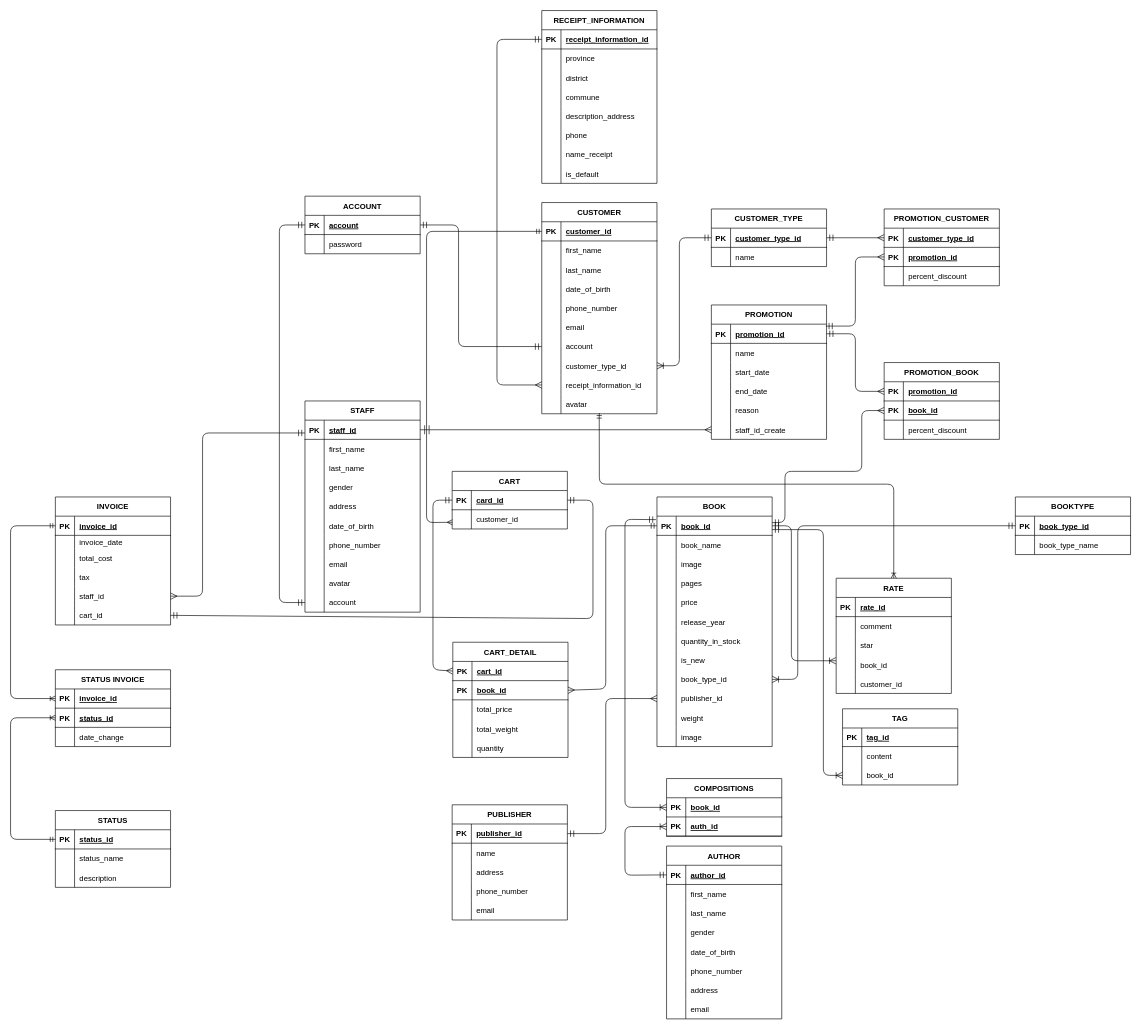
powdevlin12/Sell_Book_Online_BE_NestJS keeps this draw.io diagram as design/database.drawio. Above is the earlier version. Source tidied: cells renumbered, new cells numbered last; positions are measured from the earlier drawing's top-left corner, leaving out a move shared by most shapes. Both pictures are drawn from the tidied source at 64%, with x=0, y=0 at pixel (10, 10).
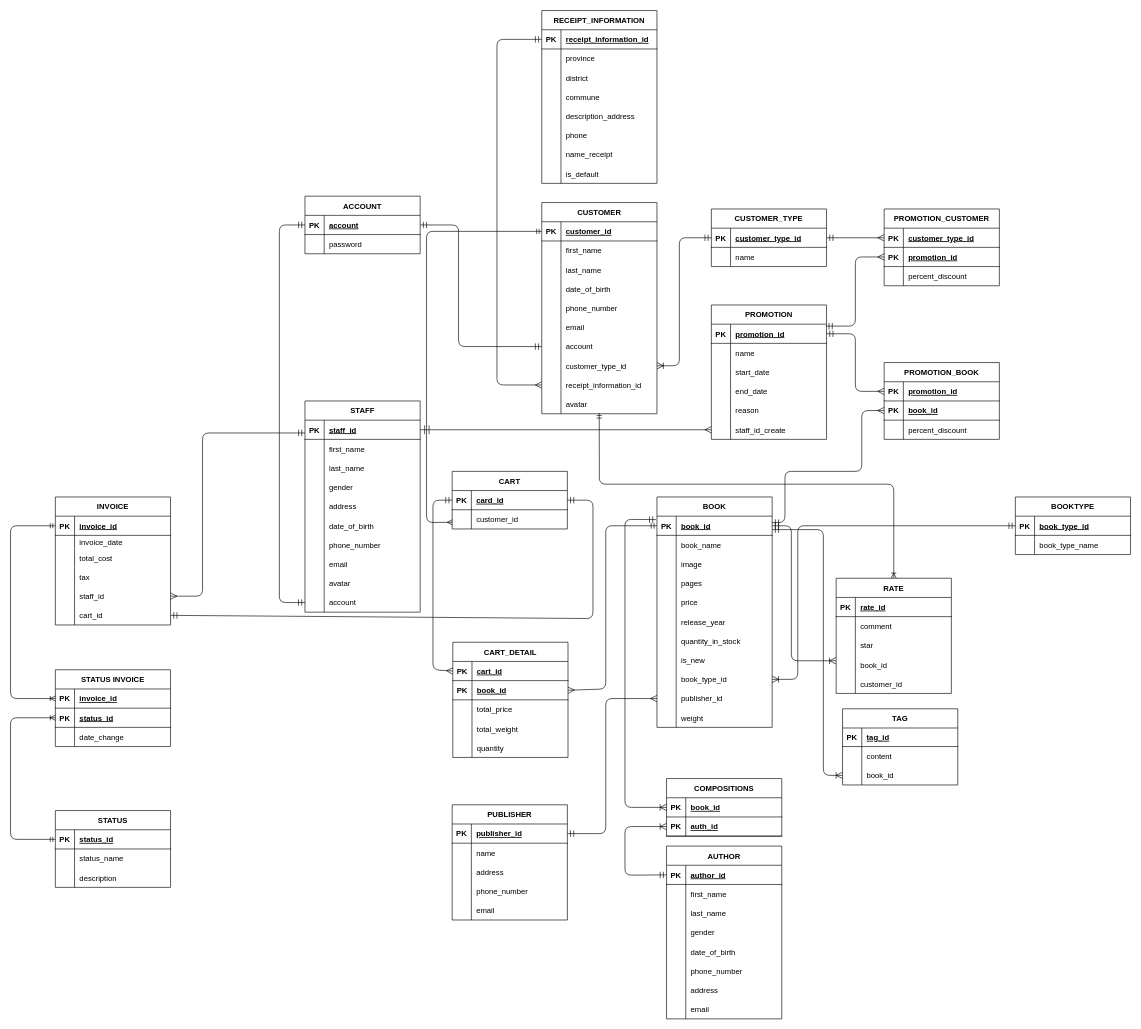
The same diagram, later.

Commit message (it also covers changes not shown here):
update database, update report

What changed in the source:
```diff
@@
     <mxCell id="71" value="BOOK" style="shape=table;startSize=30;childLayout=tableLayout;rowLines=0;fontStyle=1;align=center;rounded=0;shadow=0;fillStyle=auto;fillColor=default;gradientColor=none;" parent="1" vertex="1">
-      <mxGeometry x="1010" y="760" width="180" height="390" as="geometry" />
+      <mxGeometry x="1010" y="760" width="180" height="360" as="geometry" />
     </mxCell>
@@
-    <mxCell id="105" style="shape=tableRow;horizontal=0;startSize=0;swimlaneHead=0;swimlaneBody=0;fillColor=none;top=0;left=0;right=0;bottom=0;rounded=0;shadow=0;fillStyle=auto;" parent="71" vertex="1">
-      <mxGeometry y="360" width="180" height="30" as="geometry" />
-    </mxCell>
-    <mxCell id="106" style="shape=partialRectangle;fillColor=none;top=0;left=0;bottom=0;right=0;overflow=hidden;rounded=0;shadow=0;fillStyle=auto;" parent="105" vertex="1">
-      <mxGeometry width="30" height="30" as="geometry" />
-    </mxCell>
-    <mxCell id="107" value="image" style="shape=partialRectangle;fillColor=none;top=0;left=0;bottom=0;right=0;align=left;spacingLeft=6;overflow=hidden;rounded=0;shadow=0;fillStyle=auto;" parent="105" vertex="1">
-      <mxGeometry x="30" width="150" height="30" as="geometry" />
-    </mxCell>
```
